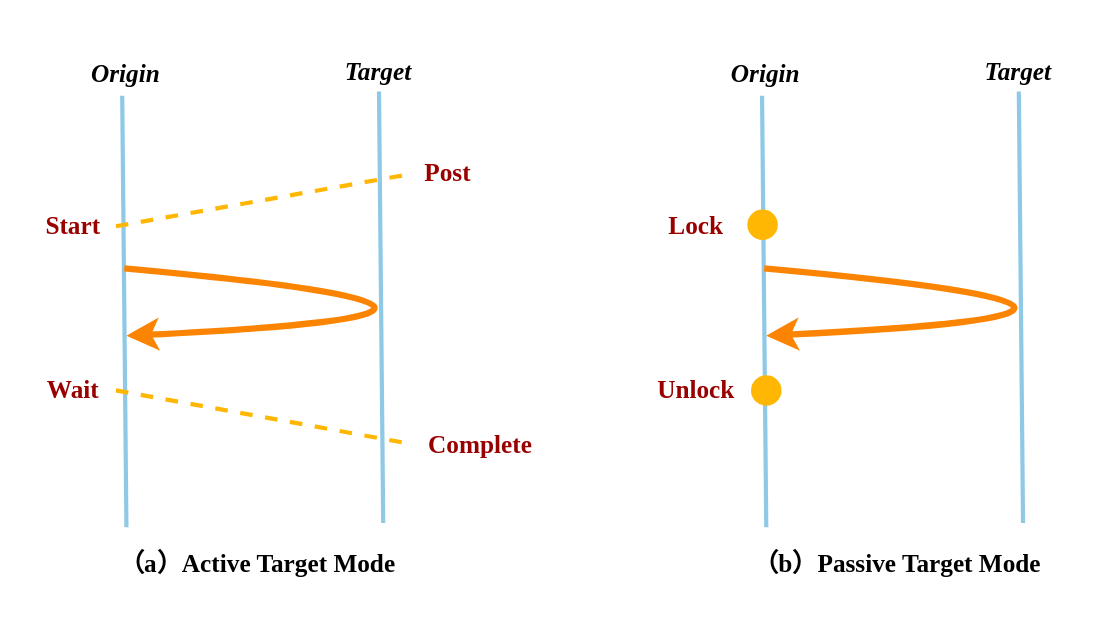
This is img/ch-mpi/rma-synchronization.svg from godaai/scale-py-zh, a draw.io export, as it was before one commit. Source tidied: cells renumbered, new cells last; positions are measured from the earlier drawing's top-left corner, leaving out a move shared by most shapes. The source it was exported from:
```xml
<mxGraphModel>
  <root>
    <mxCell id="0" />
    <mxCell id="1" parent="0" />
    <mxCell id="2" style="rounded=0;whiteSpace=wrap;html=1;strokeColor=none;fillColor=none;" parent="1" vertex="1">
      <mxGeometry width="531" height="296" as="geometry" />
    </mxCell>
    <mxCell id="3" style="endArrow=none;html=1;rounded=0;strokeWidth=2;strokeColor=#90C9E6;" parent="1" edge="1">
      <mxGeometry relative="1" as="geometry">
        <mxPoint x="59" y="250" as="sourcePoint" />
        <mxPoint x="57" y="45" as="targetPoint" />
      </mxGeometry>
    </mxCell>
    <mxCell id="4" style="endArrow=none;html=1;rounded=0;strokeWidth=2;strokeColor=#90C9E6;" parent="1" edge="1">
      <mxGeometry relative="1" as="geometry">
        <mxPoint x="181" y="248" as="sourcePoint" />
        <mxPoint x="179" y="43" as="targetPoint" />
      </mxGeometry>
    </mxCell>
    <mxCell id="5" style="curved=1;endArrow=classic;html=1;rounded=0;strokeWidth=3;fillColor=#f8cecc;strokeColor=#FB8402;" parent="1" edge="1">
      <mxGeometry relative="1" as="geometry">
        <mxPoint x="58" y="127" as="sourcePoint" />
        <mxPoint x="59" y="159" as="targetPoint" />
        <Array as="points">
          <mxPoint x="290" y="148" />
        </Array>
      </mxGeometry>
    </mxCell>
    <mxCell id="6" value="&lt;font face=&quot;Verdana&quot;&gt;&lt;i&gt;&lt;b&gt;Origin&lt;/b&gt;&lt;/i&gt;&lt;/font&gt;" style="text;html=1;align=center;verticalAlign=middle;whiteSpace=wrap;rounded=0;" parent="1" vertex="1">
      <mxGeometry x="29" y="20" width="60" height="30" as="geometry" />
    </mxCell>
    <mxCell id="7" value="&lt;font face=&quot;Verdana&quot;&gt;&lt;i&gt;&lt;b&gt;Target&lt;/b&gt;&lt;/i&gt;&lt;/font&gt;" style="text;html=1;align=center;verticalAlign=middle;whiteSpace=wrap;rounded=0;" parent="1" vertex="1">
      <mxGeometry x="149" y="19" width="60" height="30" as="geometry" />
    </mxCell>
    <mxCell id="8" value="&lt;font color=&quot;#990000&quot; face=&quot;Verdana&quot;&gt;&lt;b&gt;Start&lt;/b&gt;&lt;/font&gt;" style="text;html=1;align=center;verticalAlign=middle;whiteSpace=wrap;rounded=0;" parent="1" vertex="1">
      <mxGeometry x="4" y="92" width="60" height="30" as="geometry" />
    </mxCell>
    <mxCell id="9" value="&lt;font color=&quot;#990000&quot; face=&quot;Verdana&quot;&gt;&lt;b&gt;Wait&lt;/b&gt;&lt;/font&gt;" style="text;html=1;align=center;verticalAlign=middle;whiteSpace=wrap;rounded=0;" parent="1" vertex="1">
      <mxGeometry x="4" y="170" width="60" height="30" as="geometry" />
    </mxCell>
    <mxCell id="10" value="&lt;font color=&quot;#990000&quot; face=&quot;Verdana&quot;&gt;&lt;b&gt;Post&lt;/b&gt;&lt;/font&gt;" style="text;html=1;align=center;verticalAlign=middle;whiteSpace=wrap;rounded=0;" parent="1" vertex="1">
      <mxGeometry x="182" y="67" width="60" height="30" as="geometry" />
    </mxCell>
    <mxCell id="11" value="&lt;font color=&quot;#990000&quot; face=&quot;Verdana&quot;&gt;&lt;b&gt;Complete&lt;/b&gt;&lt;/font&gt;" style="text;html=1;align=center;verticalAlign=middle;whiteSpace=wrap;rounded=0;" parent="1" vertex="1">
      <mxGeometry x="180" y="196" width="95" height="30" as="geometry" />
    </mxCell>
    <mxCell id="12" style="endArrow=none;dashed=1;html=1;rounded=0;entryX=0.217;entryY=0.5;entryDx=0;entryDy=0;entryPerimeter=0;strokeColor=#FFB703;strokeWidth=2;" parent="1" edge="1" target="10">
      <mxGeometry relative="1" as="geometry">
        <mxPoint x="54" y="107" as="sourcePoint" />
      </mxGeometry>
    </mxCell>
    <mxCell id="13" style="endArrow=none;dashed=1;html=1;rounded=0;strokeColor=#FFB703;strokeWidth=2;" parent="1" edge="1">
      <mxGeometry relative="1" as="geometry">
        <mxPoint x="54" y="185" as="sourcePoint" />
        <mxPoint x="192" y="210" as="targetPoint" />
      </mxGeometry>
    </mxCell>
    <mxCell id="14" value="&lt;font face=&quot;Verdana&quot;&gt;&lt;b style=&quot;&quot;&gt;（a）Active Target Mode&lt;/b&gt;&lt;/font&gt;" style="text;html=1;align=center;verticalAlign=middle;whiteSpace=wrap;rounded=0;" parent="1" vertex="1">
      <mxGeometry x="25" y="253" width="193" height="30" as="geometry" />
    </mxCell>
    <mxCell id="15" style="endArrow=none;html=1;rounded=0;strokeWidth=2;strokeColor=#90C9E6;" parent="1" edge="1">
      <mxGeometry relative="1" as="geometry">
        <mxPoint x="363" y="250" as="sourcePoint" />
        <mxPoint x="361" y="45" as="targetPoint" />
      </mxGeometry>
    </mxCell>
    <mxCell id="16" style="endArrow=none;html=1;rounded=0;strokeWidth=2;strokeColor=#90C9E6;" parent="1" edge="1">
      <mxGeometry relative="1" as="geometry">
        <mxPoint x="485" y="248" as="sourcePoint" />
        <mxPoint x="483" y="43" as="targetPoint" />
      </mxGeometry>
    </mxCell>
    <mxCell id="17" style="curved=1;endArrow=classic;html=1;rounded=0;strokeWidth=3;fillColor=#f8cecc;strokeColor=#FB8402;" parent="1" edge="1">
      <mxGeometry relative="1" as="geometry">
        <mxPoint x="362" y="127" as="sourcePoint" />
        <mxPoint x="363" y="159" as="targetPoint" />
        <Array as="points">
          <mxPoint x="594" y="148" />
        </Array>
      </mxGeometry>
    </mxCell>
    <mxCell id="18" value="&lt;font face=&quot;Verdana&quot;&gt;&lt;i&gt;&lt;b&gt;Origin&lt;/b&gt;&lt;/i&gt;&lt;/font&gt;" style="text;html=1;align=center;verticalAlign=middle;whiteSpace=wrap;rounded=0;" parent="1" vertex="1">
      <mxGeometry x="333" y="20" width="60" height="30" as="geometry" />
    </mxCell>
    <mxCell id="19" value="&lt;font face=&quot;Verdana&quot;&gt;&lt;i&gt;&lt;b&gt;Target&lt;/b&gt;&lt;/i&gt;&lt;/font&gt;" style="text;html=1;align=center;verticalAlign=middle;whiteSpace=wrap;rounded=0;" parent="1" vertex="1">
      <mxGeometry x="453" y="19" width="60" height="30" as="geometry" />
    </mxCell>
    <mxCell id="20" value="&lt;font color=&quot;#990000&quot; face=&quot;Verdana&quot;&gt;&lt;b&gt;Lock&lt;/b&gt;&lt;/font&gt;" style="text;html=1;align=center;verticalAlign=middle;whiteSpace=wrap;rounded=0;" parent="1" vertex="1">
      <mxGeometry x="300" y="92" width="60" height="30" as="geometry" />
    </mxCell>
    <mxCell id="21" value="&lt;font color=&quot;#990000&quot; face=&quot;Verdana&quot;&gt;&lt;b&gt;Unlock&lt;/b&gt;&lt;/font&gt;" style="text;html=1;align=center;verticalAlign=middle;whiteSpace=wrap;rounded=0;" parent="1" vertex="1">
      <mxGeometry x="300" y="170" width="60" height="30" as="geometry" />
    </mxCell>
    <mxCell id="22" value="&lt;font face=&quot;Verdana&quot;&gt;&lt;b style=&quot;&quot;&gt;（b）Passive Target Mode&lt;/b&gt;&lt;/font&gt;" style="text;html=1;align=center;verticalAlign=middle;whiteSpace=wrap;rounded=0;" parent="1" vertex="1">
      <mxGeometry x="329" y="253" width="193" height="30" as="geometry" />
    </mxCell>
    <mxCell id="23" style="ellipse;whiteSpace=wrap;html=1;fillColor=#FFB703;strokeColor=#FFB703;" parent="1" vertex="1">
      <mxGeometry x="354.5" y="99.5" width="13.5" height="13.5" as="geometry" />
    </mxCell>
    <mxCell id="24" style="ellipse;whiteSpace=wrap;html=1;fillColor=#FFB703;strokeColor=#FFB703;" parent="1" vertex="1">
      <mxGeometry x="356.2" y="178.2" width="13.5" height="13.5" as="geometry" />
    </mxCell>
  </root>
</mxGraphModel>
```
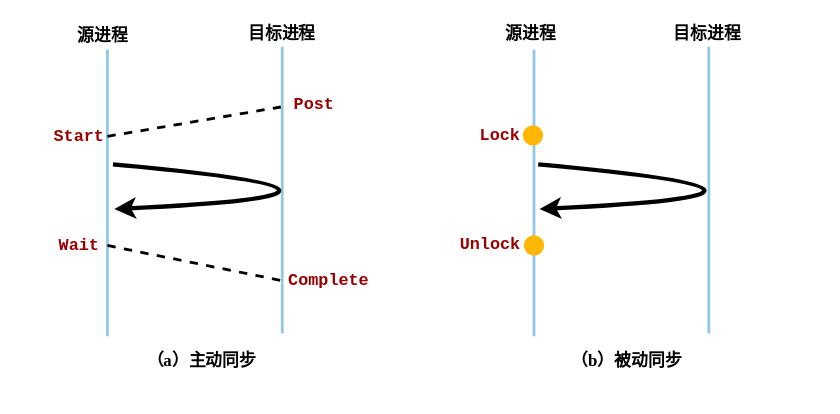
The same file after the commit.

Diff of the diagram source:
```diff
@@ -3,21 +3,21 @@
     <mxCell id="0" />
     <mxCell id="1" parent="0" />
     <mxCell id="2" style="rounded=0;whiteSpace=wrap;html=1;strokeColor=none;fillColor=none;" parent="1" vertex="1">
-      <mxGeometry width="531" height="296" as="geometry" />
+      <mxGeometry x="-22" y="10" width="600" height="296" as="geometry" />
     </mxCell>
     <mxCell id="3" style="endArrow=none;html=1;rounded=0;strokeWidth=2;strokeColor=#90C9E6;" parent="1" edge="1">
       <mxGeometry relative="1" as="geometry">
-        <mxPoint x="59" y="250" as="sourcePoint" />
-        <mxPoint x="57" y="45" as="targetPoint" />
+        <mxPoint x="54" y="250" as="sourcePoint" />
+        <mxPoint x="54" y="45" as="targetPoint" />
       </mxGeometry>
     </mxCell>
     <mxCell id="4" style="endArrow=none;html=1;rounded=0;strokeWidth=2;strokeColor=#90C9E6;" parent="1" edge="1">
       <mxGeometry relative="1" as="geometry">
-        <mxPoint x="181" y="248" as="sourcePoint" />
+        <mxPoint x="179" y="248" as="sourcePoint" />
         <mxPoint x="179" y="43" as="targetPoint" />
       </mxGeometry>
     </mxCell>
-    <mxCell id="5" style="curved=1;endArrow=classic;html=1;rounded=0;strokeWidth=3;fillColor=#f8cecc;strokeColor=#FB8402;" parent="1" edge="1">
+    <mxCell id="5" style="curved=1;endArrow=classic;html=1;rounded=0;strokeWidth=3;fillColor=#f8cecc;strokeColor=#000000;fontColor=#000000;" parent="1" edge="1">
       <mxGeometry relative="1" as="geometry">
         <mxPoint x="58" y="127" as="sourcePoint" />
         <mxPoint x="59" y="159" as="targetPoint" />
@@ -26,51 +26,52 @@
         </Array>
       </mxGeometry>
     </mxCell>
-    <mxCell id="6" value="&lt;font face=&quot;Verdana&quot;&gt;&lt;i&gt;&lt;b&gt;Origin&lt;/b&gt;&lt;/i&gt;&lt;/font&gt;" style="text;html=1;align=center;verticalAlign=middle;whiteSpace=wrap;rounded=0;" parent="1" vertex="1">
-      <mxGeometry x="29" y="20" width="60" height="30" as="geometry" />
+    <mxCell id="6" value="&lt;font face=&quot;Verdana&quot;&gt;&lt;b&gt;&lt;span&gt;源进程&lt;/span&gt;&lt;/b&gt;&lt;/font&gt;" style="text;html=1;align=center;verticalAlign=middle;whiteSpace=wrap;rounded=0;fontStyle=0;" parent="1" vertex="1">
+      <mxGeometry x="21" y="20" width="60" height="30" as="geometry" />
     </mxCell>
-    <mxCell id="7" value="&lt;font face=&quot;Verdana&quot;&gt;&lt;i&gt;&lt;b&gt;Target&lt;/b&gt;&lt;/i&gt;&lt;/font&gt;" style="text;html=1;align=center;verticalAlign=middle;whiteSpace=wrap;rounded=0;" parent="1" vertex="1">
+    <mxCell id="7" value="&lt;font face=&quot;Verdana&quot;&gt;&lt;b&gt;&lt;span&gt;目标进程&lt;/span&gt;&lt;/b&gt;&lt;/font&gt;" style="text;html=1;align=center;verticalAlign=middle;whiteSpace=wrap;rounded=0;fontStyle=0;" parent="1" vertex="1">
       <mxGeometry x="149" y="19" width="60" height="30" as="geometry" />
     </mxCell>
-    <mxCell id="8" value="&lt;font color=&quot;#990000&quot; face=&quot;Verdana&quot;&gt;&lt;b&gt;Start&lt;/b&gt;&lt;/font&gt;" style="text;html=1;align=center;verticalAlign=middle;whiteSpace=wrap;rounded=0;" parent="1" vertex="1">
+    <mxCell id="8" value="&lt;font face=&quot;Courier New&quot; color=&quot;#990000&quot;&gt;&lt;b style=&quot;&quot;&gt;Start&lt;/b&gt;&lt;/font&gt;" style="text;html=1;align=center;verticalAlign=middle;whiteSpace=wrap;rounded=0;" parent="1" vertex="1">
       <mxGeometry x="4" y="92" width="60" height="30" as="geometry" />
     </mxCell>
-    <mxCell id="9" value="&lt;font color=&quot;#990000&quot; face=&quot;Verdana&quot;&gt;&lt;b&gt;Wait&lt;/b&gt;&lt;/font&gt;" style="text;html=1;align=center;verticalAlign=middle;whiteSpace=wrap;rounded=0;" parent="1" vertex="1">
+    <mxCell id="9" value="&lt;font face=&quot;Courier New&quot; color=&quot;#990000&quot;&gt;&lt;b style=&quot;&quot;&gt;Wait&lt;/b&gt;&lt;/font&gt;" style="text;html=1;align=center;verticalAlign=middle;whiteSpace=wrap;rounded=0;" parent="1" vertex="1">
       <mxGeometry x="4" y="170" width="60" height="30" as="geometry" />
     </mxCell>
-    <mxCell id="10" value="&lt;font color=&quot;#990000&quot; face=&quot;Verdana&quot;&gt;&lt;b&gt;Post&lt;/b&gt;&lt;/font&gt;" style="text;html=1;align=center;verticalAlign=middle;whiteSpace=wrap;rounded=0;" parent="1" vertex="1">
-      <mxGeometry x="182" y="67" width="60" height="30" as="geometry" />
+    <mxCell id="10" value="&lt;font color=&quot;#990000&quot;&gt;&lt;b&gt;Post&lt;/b&gt;&lt;/font&gt;" style="text;html=1;align=center;verticalAlign=middle;whiteSpace=wrap;rounded=0;fontFamily=Courier New;" parent="1" vertex="1">
+      <mxGeometry x="172" y="69.5" width="60" height="30" as="geometry" />
     </mxCell>
-    <mxCell id="11" value="&lt;font color=&quot;#990000&quot; face=&quot;Verdana&quot;&gt;&lt;b&gt;Complete&lt;/b&gt;&lt;/font&gt;" style="text;html=1;align=center;verticalAlign=middle;whiteSpace=wrap;rounded=0;" parent="1" vertex="1">
-      <mxGeometry x="180" y="196" width="95" height="30" as="geometry" />
+    <mxCell id="11" value="&lt;font color=&quot;#990000&quot;&gt;&lt;b&gt;Complete&lt;/b&gt;&lt;/font&gt;" style="text;html=1;align=center;verticalAlign=middle;whiteSpace=wrap;rounded=0;fontFamily=Courier New;" parent="1" vertex="1">
+      <mxGeometry x="165" y="196" width="95" height="30" as="geometry" />
     </mxCell>
-    <mxCell id="12" style="endArrow=none;dashed=1;html=1;rounded=0;entryX=0.217;entryY=0.5;entryDx=0;entryDy=0;entryPerimeter=0;strokeColor=#FFB703;strokeWidth=2;" parent="1" edge="1" target="10">
+    <mxCell id="12" style="endArrow=none;dashed=1;html=1;rounded=0;strokeColor=#000000;strokeWidth=2;" parent="1" edge="1">
       <mxGeometry relative="1" as="geometry">
         <mxPoint x="54" y="107" as="sourcePoint" />
+        <mxPoint x="178" y="86" as="targetPoint" />
       </mxGeometry>
     </mxCell>
-    <mxCell id="13" style="endArrow=none;dashed=1;html=1;rounded=0;strokeColor=#FFB703;strokeWidth=2;" parent="1" edge="1">
+    <mxCell id="13" style="endArrow=none;dashed=1;html=1;rounded=0;strokeColor=#000000;strokeWidth=2;" parent="1" edge="1">
       <mxGeometry relative="1" as="geometry">
         <mxPoint x="54" y="185" as="sourcePoint" />
-        <mxPoint x="192" y="210" as="targetPoint" />
+        <mxPoint x="178" y="210" as="targetPoint" />
       </mxGeometry>
     </mxCell>
-    <mxCell id="14" value="&lt;font face=&quot;Verdana&quot;&gt;&lt;b style=&quot;&quot;&gt;（a）Active Target Mode&lt;/b&gt;&lt;/font&gt;" style="text;html=1;align=center;verticalAlign=middle;whiteSpace=wrap;rounded=0;" parent="1" vertex="1">
+    <mxCell id="14" value="&lt;font face=&quot;Verdana&quot;&gt;&lt;b style=&quot;&quot;&gt;（a）主动同步&lt;/b&gt;&lt;/font&gt;" style="text;html=1;align=center;verticalAlign=middle;whiteSpace=wrap;rounded=0;" parent="1" vertex="1">
       <mxGeometry x="25" y="253" width="193" height="30" as="geometry" />
     </mxCell>
     <mxCell id="15" style="endArrow=none;html=1;rounded=0;strokeWidth=2;strokeColor=#90C9E6;" parent="1" edge="1">
       <mxGeometry relative="1" as="geometry">
-        <mxPoint x="363" y="250" as="sourcePoint" />
-        <mxPoint x="361" y="45" as="targetPoint" />
+        <mxPoint x="359" y="250" as="sourcePoint" />
+        <mxPoint x="359" y="45" as="targetPoint" />
       </mxGeometry>
     </mxCell>
     <mxCell id="16" style="endArrow=none;html=1;rounded=0;strokeWidth=2;strokeColor=#90C9E6;" parent="1" edge="1">
       <mxGeometry relative="1" as="geometry">
-        <mxPoint x="485" y="248" as="sourcePoint" />
-        <mxPoint x="483" y="43" as="targetPoint" />
+        <mxPoint x="484" y="248" as="sourcePoint" />
+        <mxPoint x="484" y="43" as="targetPoint" />
       </mxGeometry>
     </mxCell>
-    <mxCell id="17" style="curved=1;endArrow=classic;html=1;rounded=0;strokeWidth=3;fillColor=#f8cecc;strokeColor=#FB8402;" parent="1" edge="1">
+    <mxCell id="17" style="curved=1;endArrow=classic;html=1;rounded=0;strokeWidth=3;fillColor=#f8cecc;strokeColor=#000000;" parent="1" edge="1">
       <mxGeometry relative="1" as="geometry">
         <mxPoint x="362" y="127" as="sourcePoint" />
         <mxPoint x="363" y="159" as="targetPoint" />
@@ -79,26 +80,26 @@
         </Array>
       </mxGeometry>
     </mxCell>
-    <mxCell id="18" value="&lt;font face=&quot;Verdana&quot;&gt;&lt;i&gt;&lt;b&gt;Origin&lt;/b&gt;&lt;/i&gt;&lt;/font&gt;" style="text;html=1;align=center;verticalAlign=middle;whiteSpace=wrap;rounded=0;" parent="1" vertex="1">
-      <mxGeometry x="333" y="20" width="60" height="30" as="geometry" />
+    <mxCell id="18" value="&lt;font face=&quot;Verdana&quot;&gt;&lt;b&gt;&lt;span&gt;源进程&lt;/span&gt;&lt;/b&gt;&lt;/font&gt;" style="text;html=1;align=center;verticalAlign=middle;whiteSpace=wrap;rounded=0;fontStyle=0;" parent="1" vertex="1">
+      <mxGeometry x="327" y="19" width="60" height="30" as="geometry" />
     </mxCell>
-    <mxCell id="19" value="&lt;font face=&quot;Verdana&quot;&gt;&lt;i&gt;&lt;b&gt;Target&lt;/b&gt;&lt;/i&gt;&lt;/font&gt;" style="text;html=1;align=center;verticalAlign=middle;whiteSpace=wrap;rounded=0;" parent="1" vertex="1">
+    <mxCell id="19" value="&lt;font face=&quot;Verdana&quot;&gt;&lt;b&gt;&lt;span&gt;目标进程&lt;/span&gt;&lt;/b&gt;&lt;/font&gt;" style="text;html=1;align=center;verticalAlign=middle;whiteSpace=wrap;rounded=0;fontStyle=0;" parent="1" vertex="1">
       <mxGeometry x="453" y="19" width="60" height="30" as="geometry" />
     </mxCell>
-    <mxCell id="20" value="&lt;font color=&quot;#990000&quot; face=&quot;Verdana&quot;&gt;&lt;b&gt;Lock&lt;/b&gt;&lt;/font&gt;" style="text;html=1;align=center;verticalAlign=middle;whiteSpace=wrap;rounded=0;" parent="1" vertex="1">
-      <mxGeometry x="300" y="92" width="60" height="30" as="geometry" />
+    <mxCell id="20" value="&lt;font color=&quot;#990000&quot;&gt;&lt;b&gt;Lock&lt;/b&gt;&lt;/font&gt;" style="text;html=1;align=center;verticalAlign=middle;whiteSpace=wrap;rounded=0;fontFamily=Courier New;" parent="1" vertex="1">
+      <mxGeometry x="305" y="92" width="60" height="30" as="geometry" />
     </mxCell>
-    <mxCell id="21" value="&lt;font color=&quot;#990000&quot; face=&quot;Verdana&quot;&gt;&lt;b&gt;Unlock&lt;/b&gt;&lt;/font&gt;" style="text;html=1;align=center;verticalAlign=middle;whiteSpace=wrap;rounded=0;" parent="1" vertex="1">
-      <mxGeometry x="300" y="170" width="60" height="30" as="geometry" />
+    <mxCell id="21" value="&lt;font color=&quot;#990000&quot;&gt;&lt;b&gt;Unlock&lt;/b&gt;&lt;/font&gt;" style="text;html=1;align=center;verticalAlign=middle;whiteSpace=wrap;rounded=0;fontFamily=Courier New;" parent="1" vertex="1">
+      <mxGeometry x="298" y="170" width="60" height="30" as="geometry" />
     </mxCell>
-    <mxCell id="22" value="&lt;font face=&quot;Verdana&quot;&gt;&lt;b style=&quot;&quot;&gt;（b）Passive Target Mode&lt;/b&gt;&lt;/font&gt;" style="text;html=1;align=center;verticalAlign=middle;whiteSpace=wrap;rounded=0;" parent="1" vertex="1">
+    <mxCell id="22" value="&lt;font face=&quot;Verdana&quot;&gt;&lt;b style=&quot;&quot;&gt;（b）被动同步&lt;/b&gt;&lt;/font&gt;" style="text;html=1;align=center;verticalAlign=middle;whiteSpace=wrap;rounded=0;" parent="1" vertex="1">
       <mxGeometry x="329" y="253" width="193" height="30" as="geometry" />
     </mxCell>
     <mxCell id="23" style="ellipse;whiteSpace=wrap;html=1;fillColor=#FFB703;strokeColor=#FFB703;" parent="1" vertex="1">
-      <mxGeometry x="354.5" y="99.5" width="13.5" height="13.5" as="geometry" />
+      <mxGeometry x="351.5" y="99.5" width="13.5" height="13.5" as="geometry" />
     </mxCell>
     <mxCell id="24" style="ellipse;whiteSpace=wrap;html=1;fillColor=#FFB703;strokeColor=#FFB703;" parent="1" vertex="1">
-      <mxGeometry x="356.2" y="178.2" width="13.5" height="13.5" as="geometry" />
+      <mxGeometry x="352.2" y="178.2" width="13.5" height="13.5" as="geometry" />
     </mxCell>
   </root>
 </mxGraphModel>
```
